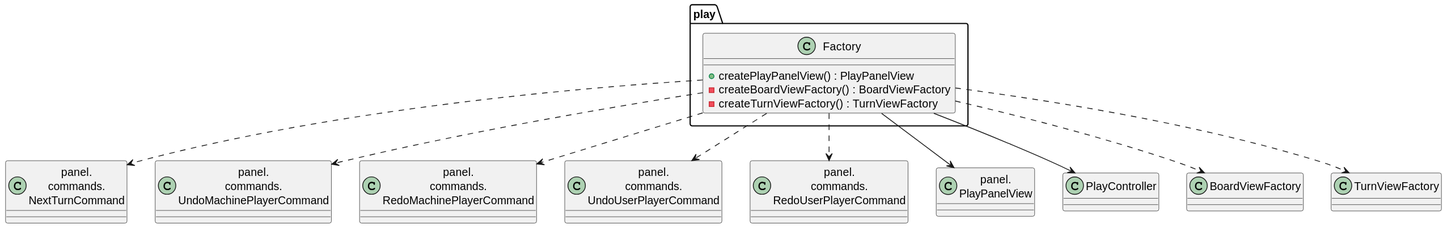
Before: out/connect4/Docs/diagrams/src/packages/connect4.connect4.views.graphics.gameLoop.play/connect4.connect4.views.graphics.play.svg, a diagram exported from PlantUML (js-rom/connect4). Its diagram source:
```plantuml
@startuml
class NextTurnCommand as "panel.\ncommands.\nNextTurnCommand"
class UndoMachinePlayerCommand as "panel.\ncommands.\nUndoMachinePlayerCommand"
class RedoMachinePlayerCommand as "panel.\ncommands.\nRedoMachinePlayerCommand"
class UndoUserPlayerCommand as "panel.\ncommands.\nUndoUserPlayerCommand"
class RedoUserPlayerCommand as "panel.\ncommands.\nRedoUserPlayerCommand"
class PlayPanelView as "panel.\nPlayPanelView"

class play.Factory{
    +createPlayPanelView() : PlayPanelView
    -createBoardViewFactory() : BoardViewFactory
    -createTurnViewFactory() : TurnViewFactory
}

Factory --> PlayPanelView
Factory --> PlayController
Factory ..> BoardViewFactory
Factory ..> TurnViewFactory
Factory ..> NextTurnCommand
Factory ..> UndoMachinePlayerCommand
Factory ..> RedoMachinePlayerCommand
Factory ..> UndoUserPlayerCommand
Factory ..> RedoUserPlayerCommand
@enduml
```
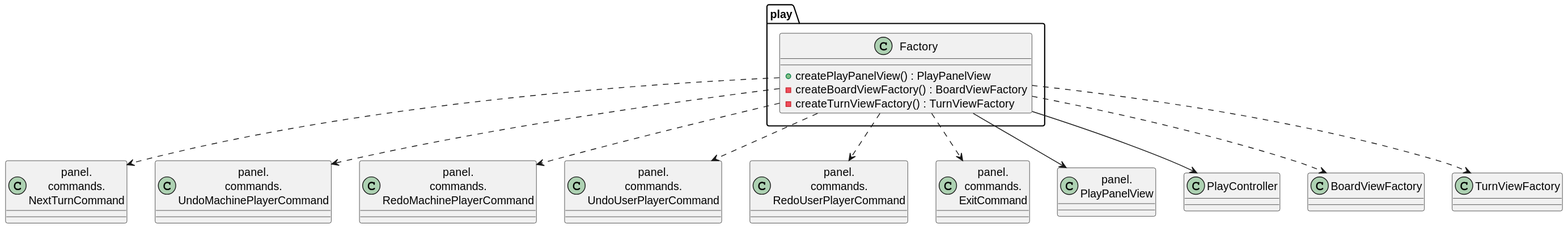
After the change.

Diff of the diagram source:
```diff
@@ -4,6 +4,7 @@
 class RedoMachinePlayerCommand as "panel.\ncommands.\nRedoMachinePlayerCommand"
 class UndoUserPlayerCommand as "panel.\ncommands.\nUndoUserPlayerCommand"
 class RedoUserPlayerCommand as "panel.\ncommands.\nRedoUserPlayerCommand"
+class ExitCommand as "panel.\ncommands.\nExitCommand"
 class PlayPanelView as "panel.\nPlayPanelView"
 
 class play.Factory{
@@ -21,4 +22,5 @@
 Factory ..> RedoMachinePlayerCommand
 Factory ..> UndoUserPlayerCommand
 Factory ..> RedoUserPlayerCommand
+Factory ..> ExitCommand
 @enduml
```
